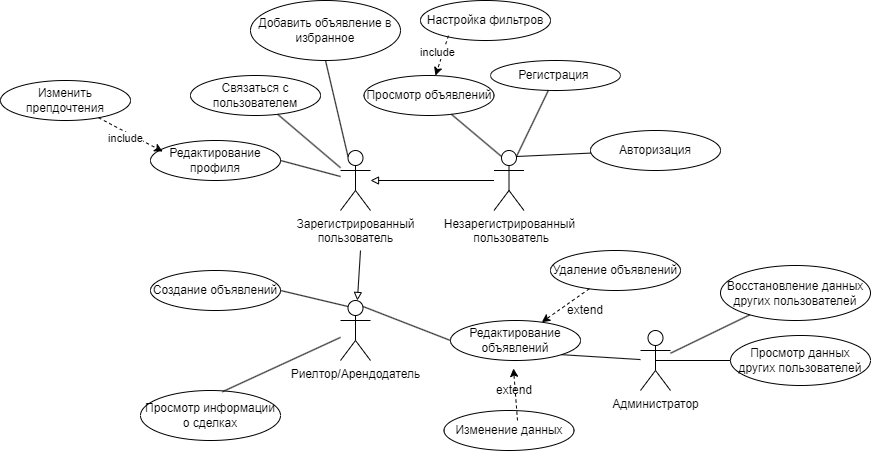
This is doc/use-case.png from archivar1/DB-course-project, a draw.io export, as it was before one commit. Source tidied: cells renumbered, new cells last; positions are measured from the earlier drawing's top-left corner, leaving out a move shared by most shapes.
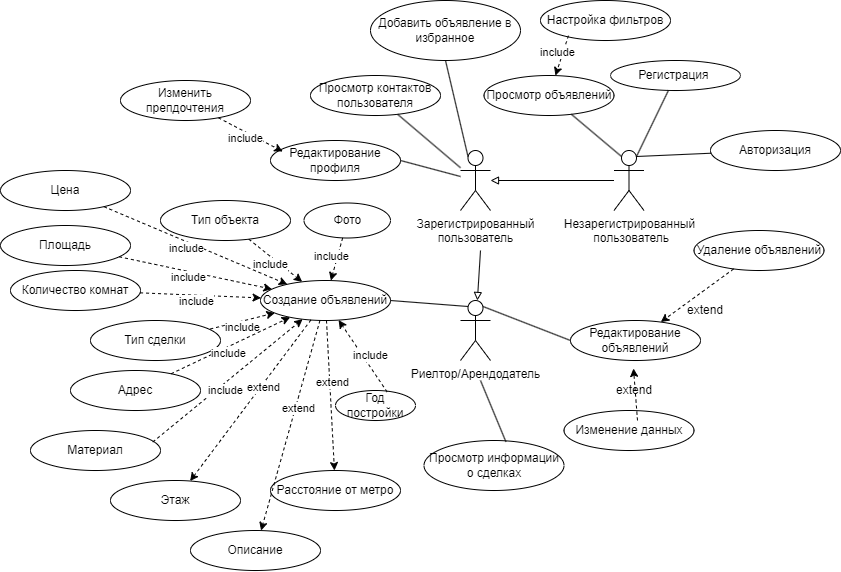
The same file after the commit.

Commit message:
fix use-case, ts

What changed in the source:
```diff
@@ -8,9 +8,6 @@
     <mxCell id="3" value="Незарегистрированный&lt;br&gt;&amp;nbsp;пользователь" style="shape=umlActor;verticalLabelPosition=bottom;verticalAlign=top;html=1;outlineConnect=0;" parent="1" vertex="1">
       <mxGeometry x="493.5" y="150" width="30" height="60" as="geometry" />
     </mxCell>
-    <mxCell id="4" value="Администратор" style="shape=umlActor;verticalLabelPosition=bottom;verticalAlign=top;html=1;outlineConnect=0;" parent="1" vertex="1">
-      <mxGeometry x="640" y="330" width="30" height="60" as="geometry" />
-    </mxCell>
     <mxCell id="5" value="Риелтор/Арендодатель" style="shape=umlActor;verticalLabelPosition=bottom;verticalAlign=top;html=1;outlineConnect=0;" parent="1" vertex="1">
       <mxGeometry x="340" y="300" width="30" height="60" as="geometry" />
     </mxCell>
@@ -30,13 +27,13 @@
       <mxGeometry x="450" y="320" width="130" height="40" as="geometry" />
     </mxCell>
     <mxCell id="11" value="Удаление объявлений" style="ellipse;whiteSpace=wrap;html=1;" parent="1" vertex="1">
-      <mxGeometry x="550" y="250" width="130" height="40" as="geometry" />
+      <mxGeometry x="573.5" y="230" width="130" height="40" as="geometry" />
     </mxCell>
     <mxCell id="12" value="Изменение данных" style="ellipse;whiteSpace=wrap;html=1;" parent="1" vertex="1">
       <mxGeometry x="443.5" y="410" width="130" height="40" as="geometry" />
     </mxCell>
     <mxCell id="13" value="Создание объявлений" style="ellipse;whiteSpace=wrap;html=1;" parent="1" vertex="1">
-      <mxGeometry x="150" y="270" width="130" height="40" as="geometry" />
+      <mxGeometry x="140" y="280" width="130" height="40" as="geometry" />
     </mxCell>
     <mxCell id="14" style="endArrow=none;html=1;rounded=0;exitX=0.75;exitY=0.1;exitDx=0;exitDy=0;exitPerimeter=0;" parent="1" edge="1" source="3" target="6">
       <mxGeometry relative="1" as="geometry" />
@@ -64,9 +61,6 @@
     <mxCell id="21" style="endArrow=none;html=1;rounded=0;entryX=0;entryY=0.5;entryDx=0;entryDy=0;exitX=0.75;exitY=0.1;exitDx=0;exitDy=0;exitPerimeter=0;" parent="1" edge="1" source="5" target="10">
       <mxGeometry relative="1" as="geometry" />
     </mxCell>
-    <mxCell id="22" style="endArrow=none;html=1;rounded=0;entryX=1;entryY=1;entryDx=0;entryDy=0;" parent="1" edge="1" source="4" target="10">
-      <mxGeometry relative="1" as="geometry" />
-    </mxCell>
     <mxCell id="23" style="endArrow=classic;html=1;rounded=0;dashed=1;entryX=0.094;entryY=0.275;entryDx=0;entryDy=0;entryPerimeter=0;" parent="1" edge="1" source="34" target="8">
       <mxGeometry relative="1" as="geometry" />
     </mxCell>
@@ -82,24 +76,20 @@
     <mxCell id="27" value="extend" style="text;html=1;strokeColor=none;fillColor=none;align=center;verticalAlign=middle;whiteSpace=wrap;rounded=0;" parent="1" vertex="1">
       <mxGeometry x="493.5" y="380" width="40" height="20" as="geometry" />
     </mxCell>
-    <mxCell id="28" value="Связаться с пользователем" style="ellipse;whiteSpace=wrap;html=1;" parent="1" vertex="1">
+    <mxCell id="28" value="Просмотр контактов пользователя" style="ellipse;whiteSpace=wrap;html=1;" parent="1" vertex="1">
       <mxGeometry x="190" y="75" width="130" height="40" as="geometry" />
     </mxCell>
     <mxCell id="29" style="endArrow=none;html=1;rounded=0;" parent="1" edge="1" source="2" target="28">
       <mxGeometry relative="1" as="geometry" />
     </mxCell>
     <mxCell id="30" value="Просмотр информации о сделках" style="ellipse;whiteSpace=wrap;html=1;" parent="1" vertex="1">
-      <mxGeometry x="140" y="390" width="140" height="50" as="geometry" />
+      <mxGeometry x="303.5" y="440" width="140" height="50" as="geometry" />
     </mxCell>
-    <mxCell id="31" style="endArrow=none;html=1;rounded=0;entryX=0.585;entryY=0.025;entryDx=0;entryDy=0;entryPerimeter=0;" parent="1" edge="1" source="5" target="30">
-      <mxGeometry relative="1" as="geometry" />
+    <mxCell id="31" style="endArrow=none;html=1;rounded=0;entryX=0.585;entryY=0.025;entryDx=0;entryDy=0;entryPerimeter=0;" parent="1" edge="1" target="30">
+      <mxGeometry relative="1" as="geometry">
+        <mxPoint x="360" y="380" as="sourcePoint" />
+      </mxGeometry>
     </mxCell>
-    <mxCell id="32" value="Просмотр данных других пользователей" style="ellipse;whiteSpace=wrap;html=1;" parent="1" vertex="1">
-      <mxGeometry x="730" y="335" width="140" height="50" as="geometry" />
-    </mxCell>
-    <mxCell id="33" style="endArrow=none;html=1;rounded=0;entryX=0;entryY=0.5;entryDx=0;entryDy=0;exitX=0.5;exitY=0.5;exitDx=0;exitDy=0;exitPerimeter=0;" parent="1" edge="1" source="4" target="32">
-      <mxGeometry relative="1" as="geometry" />
-    </mxCell>
     <mxCell id="34" value="Изменить препдочтения" style="ellipse;whiteSpace=wrap;html=1;" parent="1" vertex="1">
       <mxGeometry y="80" width="130" height="40" as="geometry" />
     </mxCell>
@@ -124,11 +114,113 @@
     <mxCell id="40" value="include" style="edgeLabel;html=1;align=center;verticalAlign=middle;" parent="39" vertex="1">
       <mxGeometry x="-0.08" y="-6" relative="1" as="geometry" />
     </mxCell>
-    <mxCell id="41" value="Восстановление данных других пользователей" style="ellipse;whiteSpace=wrap;html=1;" parent="1" vertex="1">
-      <mxGeometry x="720" y="265" width="150" height="55" as="geometry" />
-    </mxCell>
-    <mxCell id="42" style="endArrow=none;html=1;rounded=0;" parent="1" edge="1" source="4" target="41">
-      <mxGeometry relative="1" as="geometry" />
-    </mxCell>
+    <mxCell id="43" value="Тип объекта" style="ellipse;whiteSpace=wrap;html=1;" parent="1" vertex="1">
+      <mxGeometry x="40" y="200" width="130" height="40" as="geometry" />
+    </mxCell>
+    <mxCell id="44" value="Площадь" style="ellipse;whiteSpace=wrap;html=1;" parent="1" vertex="1">
+      <mxGeometry x="-120" y="225" width="130" height="40" as="geometry" />
+    </mxCell>
+    <mxCell id="45" value="Тип сделки" style="ellipse;whiteSpace=wrap;html=1;" parent="1" vertex="1">
+      <mxGeometry x="-30" y="320" width="130" height="40" as="geometry" />
+    </mxCell>
+    <mxCell id="46" value="Адрес" style="ellipse;whiteSpace=wrap;html=1;" parent="1" vertex="1">
+      <mxGeometry x="-50" y="370" width="130" height="40" as="geometry" />
+    </mxCell>
+    <mxCell id="47" value="Фото" style="ellipse;whiteSpace=wrap;html=1;" parent="1" vertex="1">
+      <mxGeometry x="183.5" y="202.5" width="86.5" height="35" as="geometry" />
+    </mxCell>
+    <mxCell id="48" value="Описание" style="ellipse;whiteSpace=wrap;html=1;" parent="1" vertex="1">
+      <mxGeometry x="70" y="530" width="130" height="40" as="geometry" />
+    </mxCell>
+    <mxCell id="49" value="Количество комнат" style="ellipse;whiteSpace=wrap;html=1;" parent="1" vertex="1">
+      <mxGeometry x="-110" y="270" width="130" height="40" as="geometry" />
+    </mxCell>
+    <mxCell id="50" value="Этаж&lt;br&gt;" style="ellipse;whiteSpace=wrap;html=1;" parent="1" vertex="1">
+      <mxGeometry x="-10" y="480" width="130" height="40" as="geometry" />
+    </mxCell>
+    <mxCell id="51" value="Год постройки" style="ellipse;whiteSpace=wrap;html=1;" parent="1" vertex="1">
+      <mxGeometry x="215" y="390" width="80" height="30" as="geometry" />
+    </mxCell>
+    <mxCell id="52" value="Материал" style="ellipse;whiteSpace=wrap;html=1;" parent="1" vertex="1">
+      <mxGeometry x="-90" y="430" width="130" height="40" as="geometry" />
+    </mxCell>
+    <mxCell id="53" value="Цена" style="ellipse;whiteSpace=wrap;html=1;" parent="1" vertex="1">
+      <mxGeometry x="-120" y="170" width="130" height="40" as="geometry" />
+    </mxCell>
+    <mxCell id="54" value="Расстояние от метро" style="ellipse;whiteSpace=wrap;html=1;" parent="1" vertex="1">
+      <mxGeometry x="150" y="470" width="130" height="40" as="geometry" />
+    </mxCell>
+    <mxCell id="55" style="endArrow=classic;html=1;rounded=0;dashed=1;" parent="1" edge="1" source="43" target="13">
+      <mxGeometry relative="1" as="geometry" />
+    </mxCell>
+    <mxCell id="56" value="include" style="edgeLabel;html=1;align=center;verticalAlign=middle;" parent="55" vertex="1">
+      <mxGeometry x="-0.08" y="-6" relative="1" as="geometry" />
+    </mxCell>
+    <mxCell id="57" style="endArrow=classic;html=1;rounded=0;dashed=1;" parent="1" edge="1" source="44" target="13">
+      <mxGeometry relative="1" as="geometry" />
+    </mxCell>
+    <mxCell id="58" value="include" style="edgeLabel;html=1;align=center;verticalAlign=middle;" parent="57" vertex="1">
+      <mxGeometry x="-0.08" y="-6" relative="1" as="geometry" />
+    </mxCell>
+    <mxCell id="59" style="endArrow=classic;html=1;rounded=0;dashed=1;" parent="1" edge="1" source="53" target="13">
+      <mxGeometry relative="1" as="geometry" />
+    </mxCell>
+    <mxCell id="60" value="include" style="edgeLabel;html=1;align=center;verticalAlign=middle;" parent="59" vertex="1">
+      <mxGeometry x="-0.08" y="-6" relative="1" as="geometry" />
+    </mxCell>
+    <mxCell id="61" style="endArrow=classic;html=1;rounded=0;dashed=1;exitX=0.921;exitY=0.212;exitDx=0;exitDy=0;exitPerimeter=0;" parent="1" edge="1" source="45" target="13">
+      <mxGeometry relative="1" as="geometry" />
+    </mxCell>
+    <mxCell id="62" value="include" style="edgeLabel;html=1;align=center;verticalAlign=middle;" parent="61" vertex="1">
+      <mxGeometry x="-0.08" y="-6" relative="1" as="geometry" />
+    </mxCell>
+    <mxCell id="63" style="endArrow=classic;html=1;rounded=0;dashed=1;" parent="1" edge="1" source="46" target="13">
+      <mxGeometry relative="1" as="geometry" />
+    </mxCell>
+    <mxCell id="64" value="include" style="edgeLabel;html=1;align=center;verticalAlign=middle;" parent="63" vertex="1">
+      <mxGeometry x="-0.08" y="-6" relative="1" as="geometry" />
+    </mxCell>
+    <mxCell id="65" style="endArrow=classic;html=1;rounded=0;dashed=1;" parent="1" edge="1" source="47" target="13">
+      <mxGeometry relative="1" as="geometry" />
+    </mxCell>
+    <mxCell id="66" value="include" style="edgeLabel;html=1;align=center;verticalAlign=middle;" parent="65" vertex="1">
+      <mxGeometry x="-0.08" y="-6" relative="1" as="geometry" />
+    </mxCell>
+    <mxCell id="67" style="endArrow=classic;html=1;rounded=0;dashed=1;" parent="1" edge="1" source="49" target="13">
+      <mxGeometry relative="1" as="geometry" />
+    </mxCell>
+    <mxCell id="68" value="include" style="edgeLabel;html=1;align=center;verticalAlign=middle;" parent="67" vertex="1">
+      <mxGeometry x="-0.08" y="-6" relative="1" as="geometry" />
+    </mxCell>
+    <mxCell id="69" style="endArrow=classic;html=1;rounded=0;dashed=1;exitX=0.645;exitY=0.048;exitDx=0;exitDy=0;exitPerimeter=0;" parent="1" edge="1" source="51" target="13">
+      <mxGeometry relative="1" as="geometry" />
+    </mxCell>
+    <mxCell id="70" value="include" style="edgeLabel;html=1;align=center;verticalAlign=middle;" parent="69" vertex="1">
+      <mxGeometry x="-0.08" y="-6" relative="1" as="geometry" />
+    </mxCell>
+    <mxCell id="71" style="endArrow=classic;html=1;rounded=0;dashed=1;exitX=0.94;exitY=0.29;exitDx=0;exitDy=0;exitPerimeter=0;" parent="1" edge="1" source="52" target="13">
+      <mxGeometry relative="1" as="geometry" />
+    </mxCell>
+    <mxCell id="72" value="include" style="edgeLabel;html=1;align=center;verticalAlign=middle;" parent="71" vertex="1">
+      <mxGeometry x="-0.08" y="-6" relative="1" as="geometry" />
+    </mxCell>
+    <mxCell id="73" style="endArrow=classic;html=1;rounded=0;dashed=1;" parent="1" edge="1" source="13" target="50">
+      <mxGeometry relative="1" as="geometry" />
+    </mxCell>
+    <mxCell id="74" value="extend" style="edgeLabel;html=1;align=center;verticalAlign=middle;" parent="73" vertex="1">
+      <mxGeometry x="-0.18" y="2" relative="1" as="geometry" />
+    </mxCell>
+    <mxCell id="75" style="endArrow=classic;html=1;rounded=0;dashed=1;" parent="1" edge="1" source="13" target="54">
+      <mxGeometry relative="1" as="geometry" />
+    </mxCell>
+    <mxCell id="76" value="extend" style="edgeLabel;html=1;align=center;verticalAlign=middle;" parent="75" vertex="1">
+      <mxGeometry x="-0.18" y="2" relative="1" as="geometry" />
+    </mxCell>
+    <mxCell id="77" style="endArrow=classic;html=1;rounded=0;dashed=1;" parent="1" edge="1" source="13" target="48">
+      <mxGeometry relative="1" as="geometry" />
+    </mxCell>
+    <mxCell id="78" value="extend" style="edgeLabel;html=1;align=center;verticalAlign=middle;" parent="77" vertex="1">
+      <mxGeometry x="-0.18" y="2" relative="1" as="geometry" />
+    </mxCell>
   </root>
 </mxGraphModel>
```
